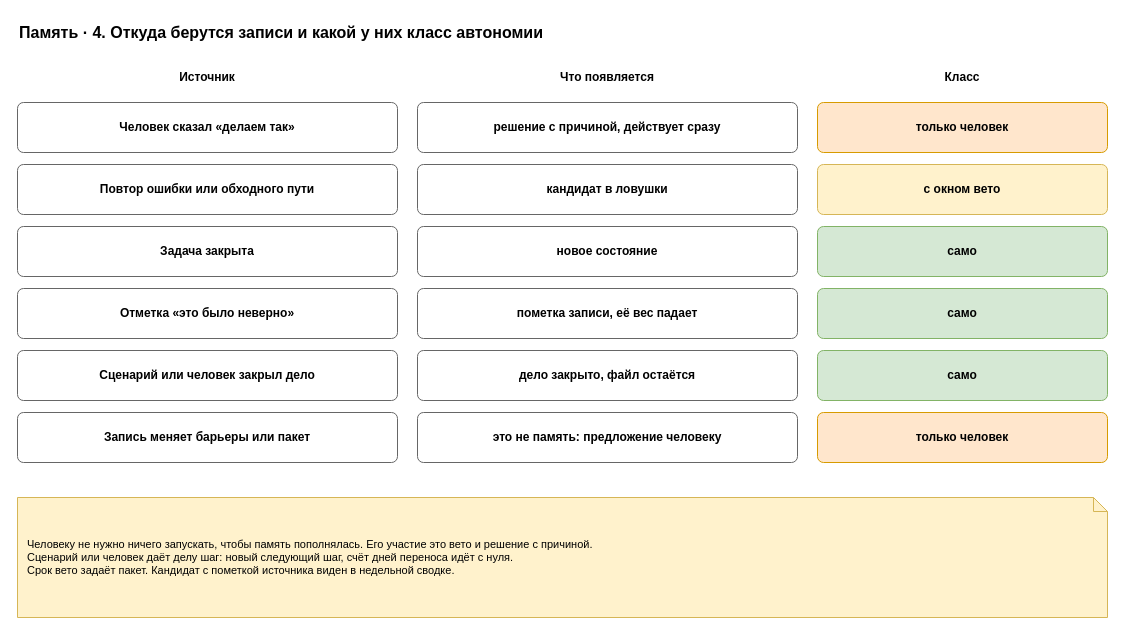
Before: page "4. Откуда берутся записи" (4 of 7) of docs/spec/harness-memory.drawio in roygkov/reins, a draw.io diagram. Source tidied: cells renumbered, new cells numbered last; positions are measured from the earlier drawing's top-left corner, leaving out a move shared by most shapes. Both pictures are drawn from the tidied source at 100%, with x=0, y=0 at pixel (17, 17).
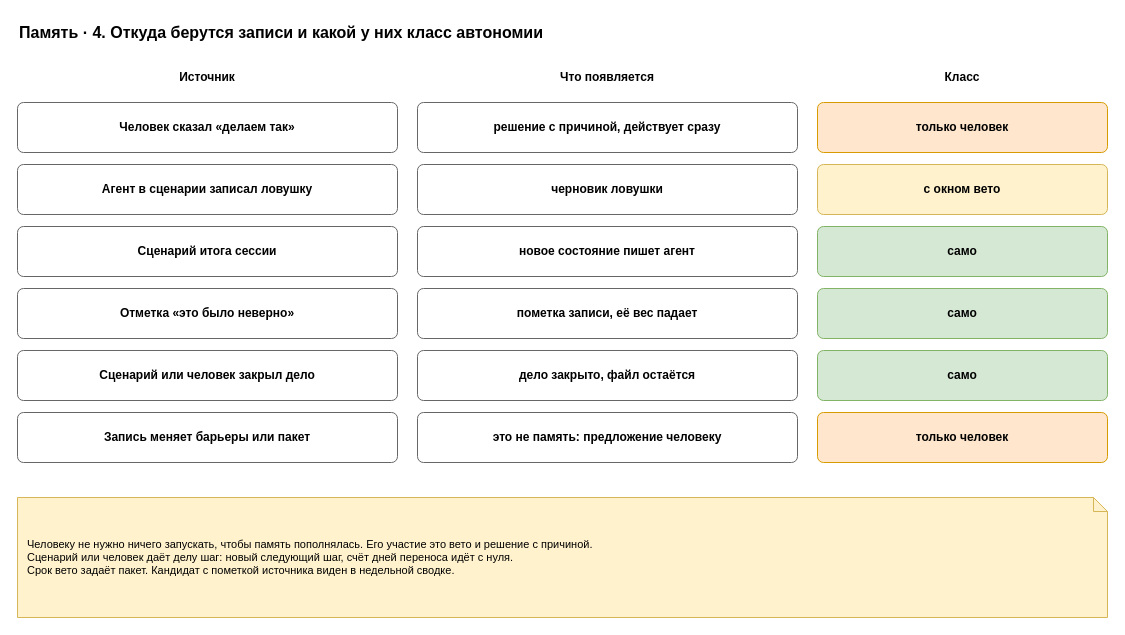
After the change.

The edit, as a diff of the source:
```diff
@@
-    <mxCell id="9" value="&lt;b&gt;Повтор ошибки или обходного пути&lt;/b&gt;" style="rounded=1;whiteSpace=wrap;html=1;fillColor=#ffffff;strokeColor=#666666;arcSize=12;" parent="1" vertex="1">
+    <mxCell id="9" value="&lt;b&gt;Агент в сценарии записал ловушку&lt;/b&gt;" style="rounded=1;whiteSpace=wrap;html=1;fillColor=#ffffff;strokeColor=#666666;arcSize=12;" parent="1" vertex="1">
       <mxGeometry y="147" width="380" height="50" as="geometry" />
     </mxCell>
-    <mxCell id="10" value="&lt;b&gt;кандидат в ловушки&lt;/b&gt;" style="rounded=1;whiteSpace=wrap;html=1;fillColor=#ffffff;strokeColor=#666666;arcSize=12;fontStyle=0;" parent="1" vertex="1">
+    <mxCell id="10" value="&lt;b&gt;черновик ловушки&lt;/b&gt;" style="rounded=1;whiteSpace=wrap;html=1;fillColor=#ffffff;strokeColor=#666666;arcSize=12;fontStyle=0;" parent="1" vertex="1">
       <mxGeometry x="400" y="147" width="380" height="50" as="geometry" />
     </mxCell>
@@
-    <mxCell id="12" value="&lt;b&gt;Задача закрыта&lt;/b&gt;" style="rounded=1;whiteSpace=wrap;html=1;fillColor=#ffffff;strokeColor=#666666;arcSize=12;" parent="1" vertex="1">
+    <mxCell id="12" value="&lt;b&gt;Сценарий итога сессии&lt;/b&gt;" style="rounded=1;whiteSpace=wrap;html=1;fillColor=#ffffff;strokeColor=#666666;arcSize=12;" parent="1" vertex="1">
       <mxGeometry y="209" width="380" height="50" as="geometry" />
     </mxCell>
-    <mxCell id="13" value="&lt;b&gt;новое состояние&lt;/b&gt;" style="rounded=1;whiteSpace=wrap;html=1;fillColor=#ffffff;strokeColor=#666666;arcSize=12;fontStyle=0;" parent="1" vertex="1">
+    <mxCell id="13" value="&lt;b&gt;новое состояние пишет агент&lt;/b&gt;" style="rounded=1;whiteSpace=wrap;html=1;fillColor=#ffffff;strokeColor=#666666;arcSize=12;fontStyle=0;" parent="1" vertex="1">
       <mxGeometry x="400" y="209" width="380" height="50" as="geometry" />
     </mxCell>
```
